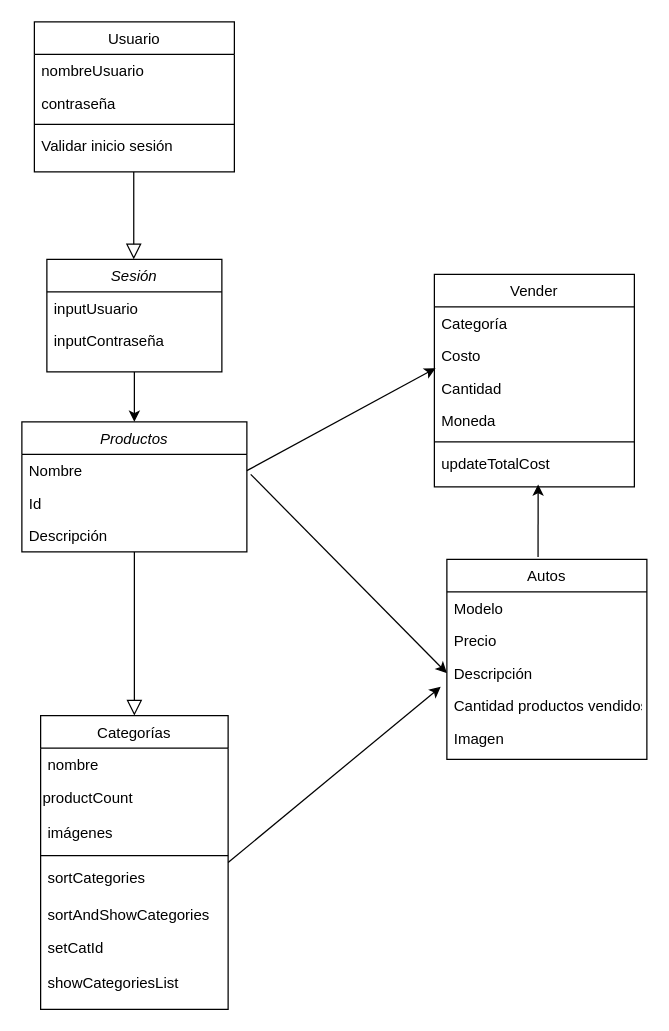
Above: Diagrama sin título.drawio in CamilaApai/workspace-jap (draw.io), before the change. Source tidied: cells renumbered, new cells numbered last; positions are measured from the earlier drawing's top-left corner, leaving out a move shared by most shapes. Both pictures are drawn from the tidied source at 125%, with x=0, y=0 at pixel (21, 21).
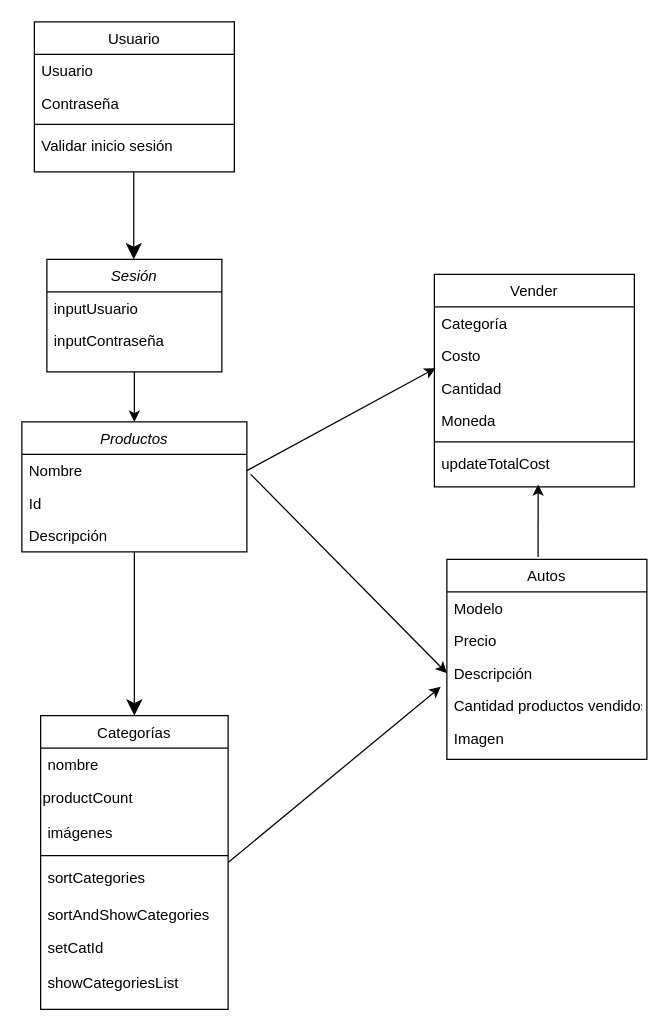
Above is the later version.

Unchanged cells that the change refers to:
```xml
<mxCell id="5" value="Descripción" style="text;align=left;verticalAlign=top;spacingLeft=4;spacingRight=4;overflow=hidden;points=[[0,0.5],[1,0.5]];portConstraint=eastwest;rounded=0;shadow=0;html=0;" parent="2" vertex="1">
  <mxGeometry y="78" width="180" height="26" as="geometry" />
</mxCell>
<mxCell id="6" value="Categorías" style="swimlane;fontStyle=0;align=center;verticalAlign=top;horizontal=1;startSize=26;rounded=0;shadow=0;strokeWidth=1;" parent="1" vertex="1">
  <mxGeometry x="15" y="555" width="150" height="235" as="geometry" />
</mxCell>
<mxCell id="24" value="Usuario" style="swimlane;fontStyle=0;align=center;verticalAlign=top;horizontal=1;startSize=26;rounded=0;shadow=0;strokeWidth=1;" parent="1" vertex="1">
  <mxGeometry x="10" width="160" height="120" as="geometry" />
</mxCell>
```

Diff of the diagram source:
```diff
@@
-    <mxCell id="16" style="endArrow=block;endSize=10;endFill=0;shadow=0;strokeWidth=1;rounded=0;edgeStyle=elbowEdgeStyle;elbow=vertical;" parent="1" edge="1">
+    <mxCell id="16" style="endArrow=classic;endSize=10;endFill=1;shadow=0;strokeWidth=1;rounded=0;edgeStyle=elbowEdgeStyle;elbow=vertical;" parent="1" edge="1">
       <mxGeometry relative="1" as="geometry">
         <mxPoint x="89.5" y="120" as="sourcePoint" />
         <mxPoint x="89.5" y="190" as="targetPoint" />
         <Array as="points">
           <mxPoint x="89.5" y="160" />
         </Array>
       </mxGeometry>
     </mxCell>
@@
-    <mxCell id="25" value="nombreUsuario" style="text;align=left;verticalAlign=top;spacingLeft=4;spacingRight=4;overflow=hidden;" parent="24" vertex="1">
+    <mxCell id="25" value="Usuario" style="text;align=left;verticalAlign=top;spacingLeft=4;spacingRight=4;overflow=hidden;" parent="24" vertex="1">
       <mxGeometry y="26" width="160" height="26" as="geometry" />
     </mxCell>
-    <mxCell id="26" value="contraseña" style="text;align=left;verticalAlign=top;spacingLeft=4;spacingRight=4;overflow=hidden;rounded=0;shadow=0;html=0;" parent="24" vertex="1">
+    <mxCell id="26" value="Contraseña" style="text;align=left;verticalAlign=top;spacingLeft=4;spacingRight=4;overflow=hidden;rounded=0;shadow=0;html=0;" parent="24" vertex="1">
       <mxGeometry y="52" width="160" height="26" as="geometry" />
     </mxCell>
@@
-    <mxCell id="33" style="endArrow=block;endSize=10;endFill=0;shadow=0;strokeWidth=1;rounded=0;edgeStyle=elbowEdgeStyle;elbow=vertical;entryX=0.5;entryY=0;entryDx=0;entryDy=0;" parent="1" edge="1" source="5" target="6">
+    <mxCell id="33" style="endArrow=classic;endSize=10;endFill=1;shadow=0;strokeWidth=1;rounded=0;edgeStyle=elbowEdgeStyle;elbow=vertical;entryX=0.5;entryY=0;entryDx=0;entryDy=0;" parent="1" edge="1" source="5" target="6">
       <mxGeometry relative="1" as="geometry" />
     </mxCell>
```
